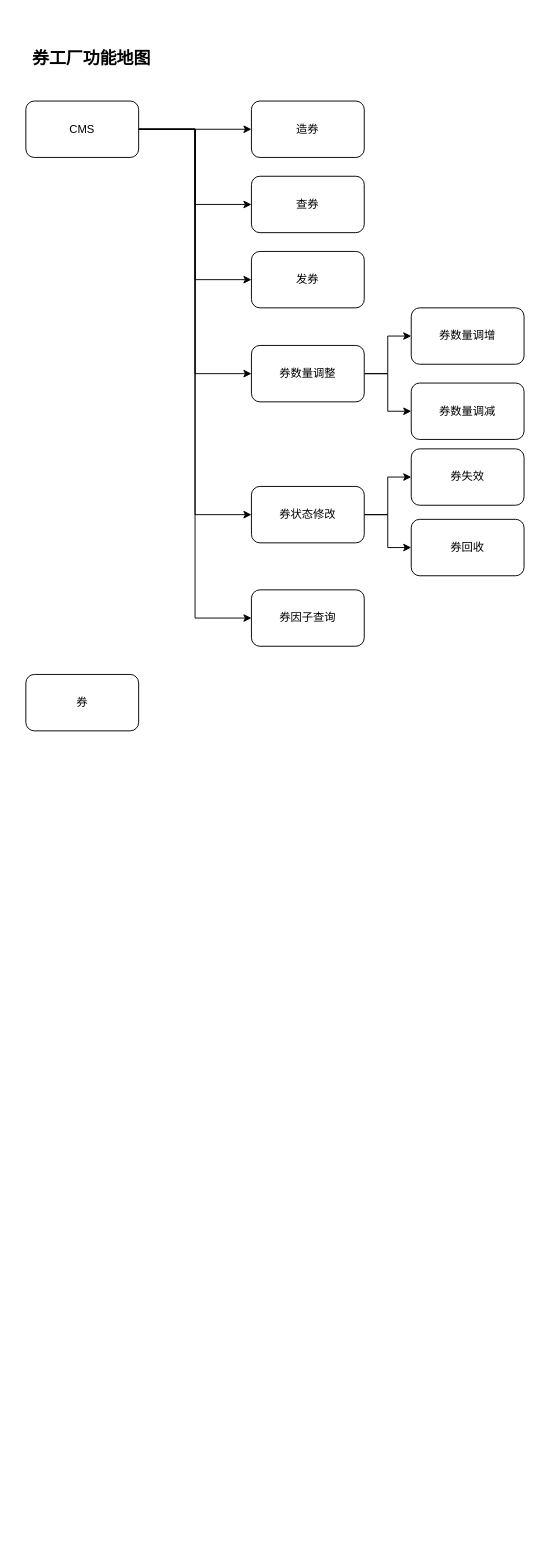
gjie1991/draw keeps this draw.io diagram as marketing/券_功能地图.drawio. Above is the earlier version. Source tidied: cells renumbered, new cells numbered last; positions are measured from the earlier drawing's top-left corner, leaving out a move shared by most shapes. Both pictures are drawn from the tidied source at 94%, with x=0, y=0 at pixel (16, 16).
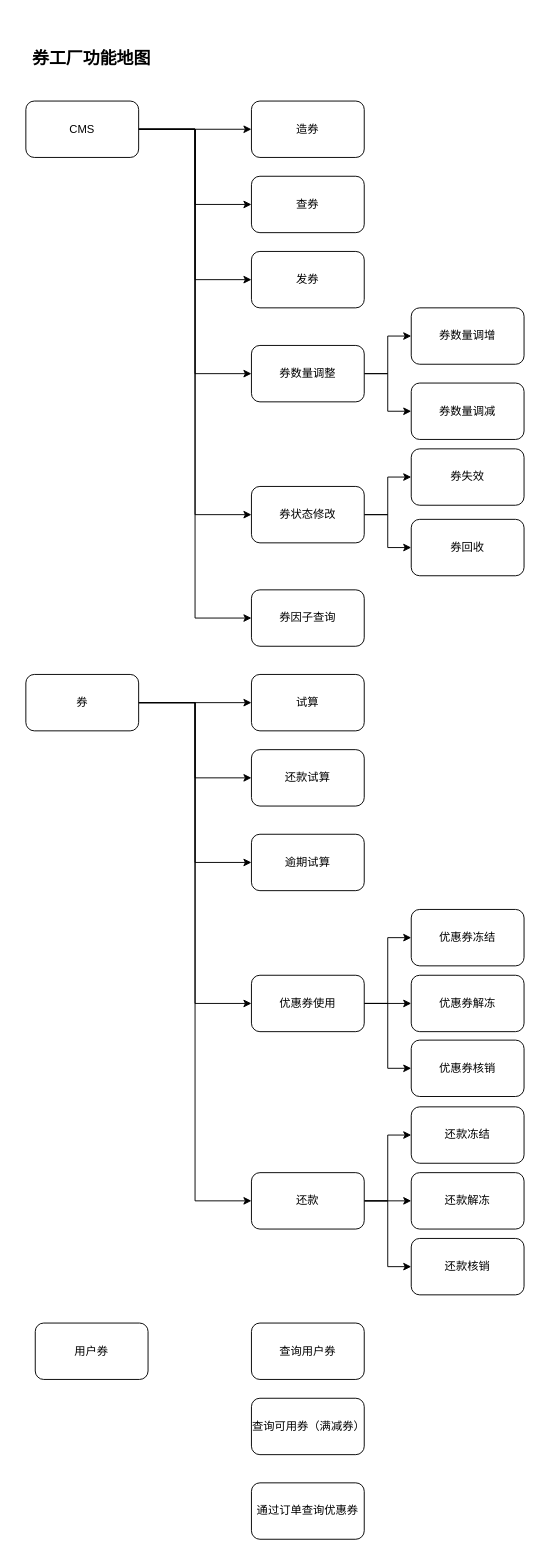
The same page after the edit.

Commit message (it also covers changes not shown here):
更新券_功能地图.drawio

Unchanged cells that the change refers to:
```xml
<mxCell id="24" value="券" style="rounded=1;whiteSpace=wrap;html=1;" parent="1" vertex="1">
  <mxGeometry x="10" y="700" width="120" height="60" as="geometry" />
</mxCell>
```

The edit, as a diff of the source:
```diff
@@
+    <mxCell id="25" style="edgeStyle=orthogonalEdgeStyle;rounded=0;jettySize=auto;html=1;" parent="1" edge="1" source="24" target="30">
+      <mxGeometry relative="1" as="geometry" />
+    </mxCell>
+    <mxCell id="26" style="edgeStyle=orthogonalEdgeStyle;rounded=0;jettySize=auto;html=1;entryX=0;entryY=0.5;entryDx=0;entryDy=0;" parent="1" edge="1" source="24" target="31">
+      <mxGeometry relative="1" as="geometry" />
+    </mxCell>
+    <mxCell id="27" style="edgeStyle=orthogonalEdgeStyle;rounded=0;jettySize=auto;html=1;entryX=0;entryY=0.5;entryDx=0;entryDy=0;" parent="1" edge="1" source="24" target="32">
+      <mxGeometry relative="1" as="geometry" />
+    </mxCell>
+    <mxCell id="28" style="edgeStyle=orthogonalEdgeStyle;rounded=0;jettySize=auto;html=1;entryX=0;entryY=0.5;entryDx=0;entryDy=0;" parent="1" edge="1" source="24" target="36">
+      <mxGeometry relative="1" as="geometry" />
+    </mxCell>
+    <mxCell id="29" style="edgeStyle=orthogonalEdgeStyle;rounded=0;jettySize=auto;html=1;entryX=0;entryY=0.5;entryDx=0;entryDy=0;" parent="1" edge="1" source="24" target="43">
+      <mxGeometry relative="1" as="geometry" />
+    </mxCell>
@@
+    <mxCell id="30" value="试算" style="rounded=1;whiteSpace=wrap;html=1;" parent="1" vertex="1">
+      <mxGeometry x="250" y="700" width="120" height="60" as="geometry" />
+    </mxCell>
+    <mxCell id="31" value="还款试算" style="rounded=1;whiteSpace=wrap;html=1;" parent="1" vertex="1">
+      <mxGeometry x="250" y="780" width="120" height="60" as="geometry" />
+    </mxCell>
+    <mxCell id="32" value="逾期试算" style="rounded=1;whiteSpace=wrap;html=1;" parent="1" vertex="1">
+      <mxGeometry x="250" y="870" width="120" height="60" as="geometry" />
+    </mxCell>
+    <mxCell id="33" style="edgeStyle=orthogonalEdgeStyle;rounded=0;jettySize=auto;html=1;entryX=0;entryY=0.5;entryDx=0;entryDy=0;" parent="1" edge="1" source="36" target="37">
+      <mxGeometry relative="1" as="geometry" />
+    </mxCell>
+    <mxCell id="34" style="edgeStyle=orthogonalEdgeStyle;rounded=0;jettySize=auto;html=1;" parent="1" edge="1" source="36" target="38">
+      <mxGeometry relative="1" as="geometry" />
+    </mxCell>
+    <mxCell id="35" style="edgeStyle=orthogonalEdgeStyle;rounded=0;jettySize=auto;html=1;entryX=0;entryY=0.5;entryDx=0;entryDy=0;" parent="1" edge="1" source="36" target="39">
+      <mxGeometry relative="1" as="geometry" />
+    </mxCell>
+    <mxCell id="36" value="优惠券使用" style="rounded=1;whiteSpace=wrap;html=1;" parent="1" vertex="1">
+      <mxGeometry x="250" y="1020" width="120" height="60" as="geometry" />
+    </mxCell>
+    <mxCell id="37" value="优惠券冻结" style="rounded=1;whiteSpace=wrap;html=1;" parent="1" vertex="1">
+      <mxGeometry x="420" y="950" width="120" height="60" as="geometry" />
+    </mxCell>
+    <mxCell id="38" value="优惠券解冻" style="rounded=1;whiteSpace=wrap;html=1;" parent="1" vertex="1">
+      <mxGeometry x="420" y="1020" width="120" height="60" as="geometry" />
+    </mxCell>
+    <mxCell id="39" value="优惠券核销" style="rounded=1;whiteSpace=wrap;html=1;" parent="1" vertex="1">
+      <mxGeometry x="420" y="1089" width="120" height="60" as="geometry" />
+    </mxCell>
+    <mxCell id="40" style="edgeStyle=orthogonalEdgeStyle;rounded=0;jettySize=auto;html=1;entryX=0;entryY=0.5;entryDx=0;entryDy=0;" parent="1" edge="1" source="43" target="44">
+      <mxGeometry relative="1" as="geometry" />
+    </mxCell>
+    <mxCell id="41" style="edgeStyle=orthogonalEdgeStyle;rounded=0;jettySize=auto;html=1;entryX=0;entryY=0.5;entryDx=0;entryDy=0;" parent="1" edge="1" source="43" target="45">
+      <mxGeometry relative="1" as="geometry" />
+    </mxCell>
+    <mxCell id="42" style="edgeStyle=orthogonalEdgeStyle;rounded=0;jettySize=auto;html=1;entryX=0;entryY=0.5;entryDx=0;entryDy=0;" parent="1" edge="1" source="43" target="46">
+      <mxGeometry relative="1" as="geometry" />
+    </mxCell>
+    <mxCell id="43" value="还款" style="rounded=1;whiteSpace=wrap;html=1;" parent="1" vertex="1">
+      <mxGeometry x="250" y="1230" width="120" height="60" as="geometry" />
+    </mxCell>
+    <mxCell id="44" value="还款冻结" style="rounded=1;whiteSpace=wrap;html=1;" parent="1" vertex="1">
+      <mxGeometry x="420" y="1160" width="120" height="60" as="geometry" />
+    </mxCell>
+    <mxCell id="45" value="还款解冻" style="rounded=1;whiteSpace=wrap;html=1;" parent="1" vertex="1">
+      <mxGeometry x="420" y="1230" width="120" height="60" as="geometry" />
+    </mxCell>
+    <mxCell id="46" value="还款核销" style="rounded=1;whiteSpace=wrap;html=1;" parent="1" vertex="1">
+      <mxGeometry x="420" y="1300" width="120" height="60" as="geometry" />
+    </mxCell>
+    <mxCell id="47" value="用户券" style="rounded=1;whiteSpace=wrap;html=1;" parent="1" vertex="1">
+      <mxGeometry x="20" y="1390" width="120" height="60" as="geometry" />
+    </mxCell>
+    <mxCell id="48" value="查询用户券" style="rounded=1;whiteSpace=wrap;html=1;" parent="1" vertex="1">
+      <mxGeometry x="250" y="1390" width="120" height="60" as="geometry" />
+    </mxCell>
+    <mxCell id="49" value="查询可用券（满减券）" style="rounded=1;whiteSpace=wrap;html=1;" parent="1" vertex="1">
+      <mxGeometry x="250" y="1470" width="120" height="60" as="geometry" />
+    </mxCell>
+    <mxCell id="50" value="通过订单查询优惠券" style="rounded=1;whiteSpace=wrap;html=1;" parent="1" vertex="1">
+      <mxGeometry x="250" y="1560" width="120" height="60" as="geometry" />
+    </mxCell>
```
